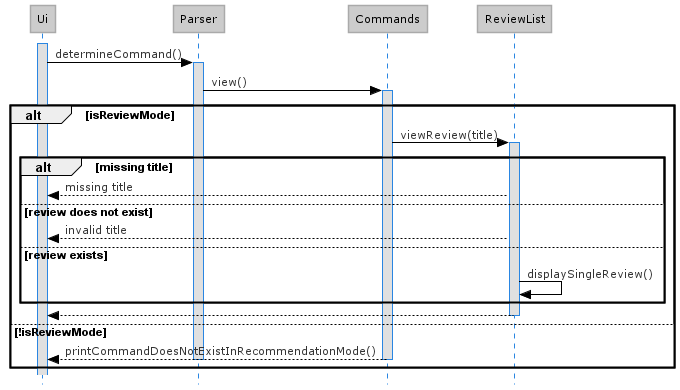
Earlier version of the PlantUML export docs/diagrams/View_Sequence_Diagram.png (nus-cs2113-AY2021S2/tp). The source it was exported from:
```plantuml
@startuml View_Sequence_Diagram
!define LIGHTBLUE
!includeurl https://raw.githubusercontent.com/Drakemor/RedDress-PlantUML/master/style.puml
skinparam style strictuml

activate Ui
Ui -> Parser : determineCommand()
activate Parser

Parser -> Commands : view()
activate Commands

alt isReviewMode
    Commands -> ReviewList : viewReview(title)
    activate ReviewList

    alt missing title
        ReviewList --> Ui : missing title

    else review does not exist
        ReviewList --> Ui : invalid title

    else review exists
        ReviewList -> ReviewList : displaySingleReview()
    end
    ReviewList --> Ui
    deactivate ReviewList

else !isReviewMode
    Commands --> Ui : printCommandDoesNotExistInRecommendationMode()
    deactivate Commands
    deactivate Parser

end

@enduml
```
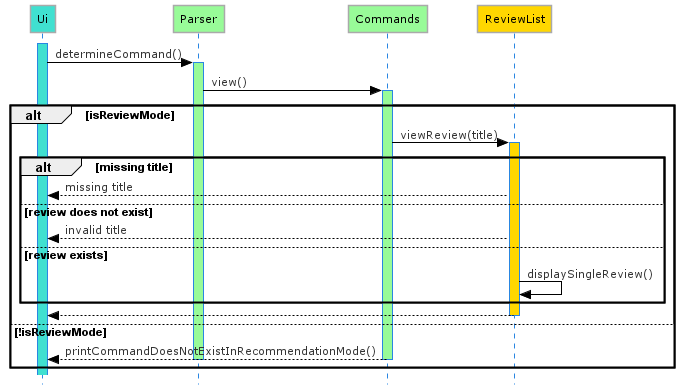
After the change.

Change to the diagram source:
```diff
@@ -3,16 +3,21 @@
 !includeurl https://raw.githubusercontent.com/Drakemor/RedDress-PlantUML/master/style.puml
 skinparam style strictuml
 
-activate Ui
+participant Ui #Turquoise
+participant Parser #PaleGreen
+participant Commands #PaleGreen
+participant ReviewList #Gold
+
+activate Ui #Turquoise
 Ui -> Parser : determineCommand()
-activate Parser
+activate Parser #PaleGreen
 
 Parser -> Commands : view()
-activate Commands
+activate Commands #PaleGreen
 
 alt isReviewMode
     Commands -> ReviewList : viewReview(title)
-    activate ReviewList
+    activate ReviewList #Gold
 
     alt missing title
         ReviewList --> Ui : missing title
```
